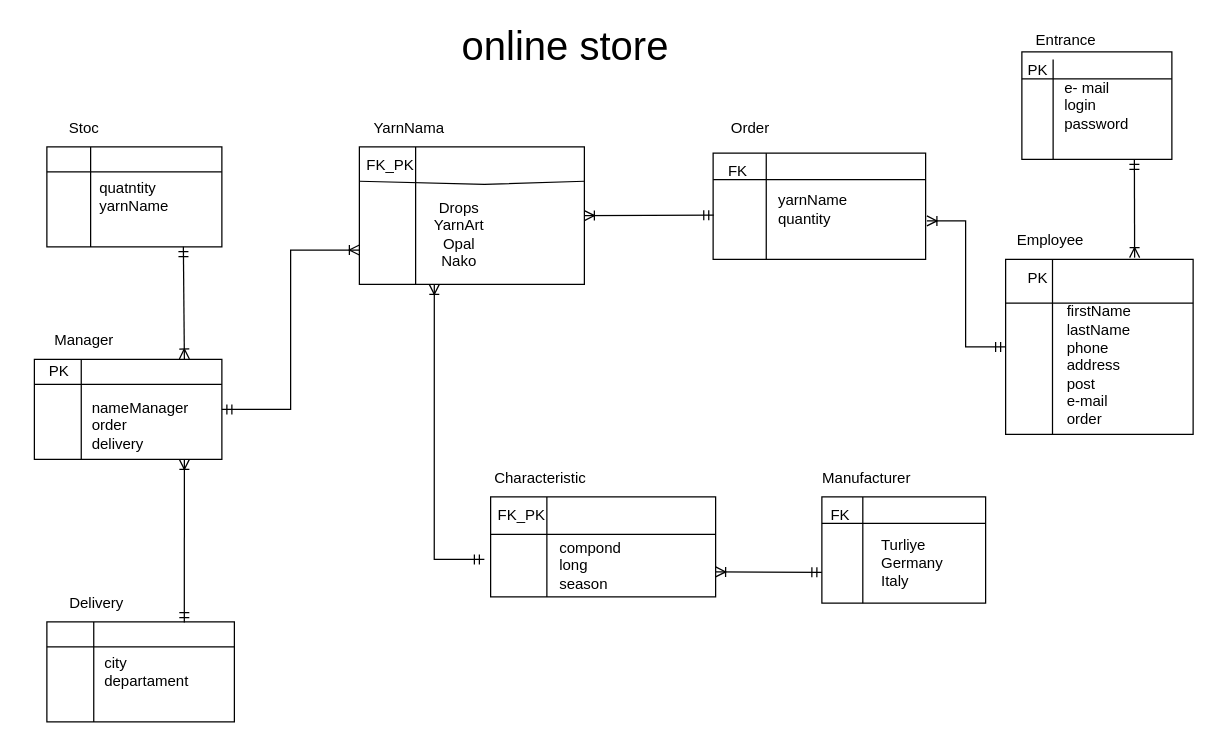
Before: online store_study.drawio in TetianaAvd/Lesson1, a draw.io diagram. Source tidied: cells renumbered, new cells numbered last; positions are measured from the earlier drawing's top-left corner, leaving out a move shared by most shapes. Both pictures are drawn from the tidied source at 125%, with x=0, y=0 at pixel (21, 21).
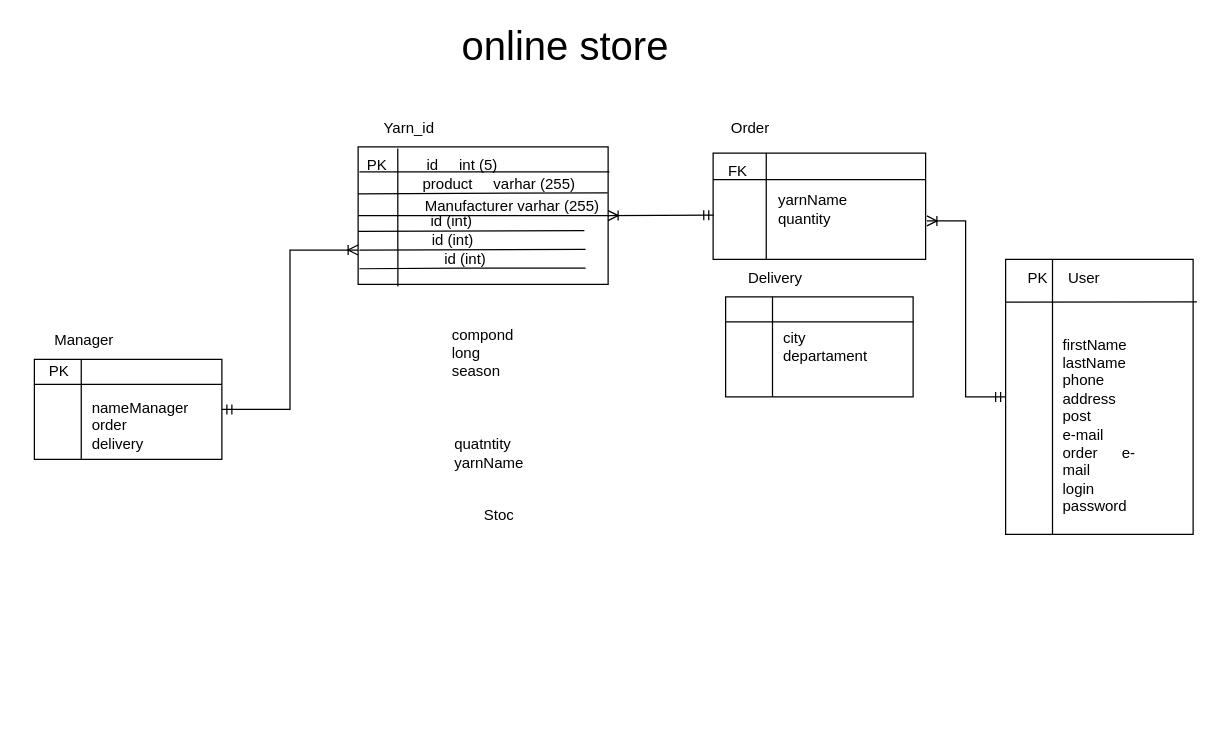
The same page after the edit.

Unchanged cells that the change refers to:
```xml
<mxCell id="11" value="PK" style="text;html=1;strokeColor=none;fillColor=none;align=center;verticalAlign=middle;whiteSpace=wrap;rounded=0;" parent="1" vertex="1">
  <mxGeometry x="783" y="190" width="60" height="30" as="geometry" />
</mxCell>
<mxCell id="46" style="rounded=0;whiteSpace=wrap;html=1;" parent="1" vertex="1">
  <mxGeometry x="10" y="270" width="150" height="80" as="geometry" />
</mxCell>
<mxCell id="50" value="&lt;div style=&quot;text-align: left;&quot;&gt;nameManager&lt;/div&gt;&lt;div style=&quot;text-align: left;&quot;&gt;order&lt;/div&gt;&lt;div style=&quot;text-align: left;&quot;&gt;delivery&lt;/div&gt;" style="text;html=1;strokeColor=none;fillColor=none;align=center;verticalAlign=middle;whiteSpace=wrap;rounded=0;" parent="1" vertex="1">
  <mxGeometry x="60" y="295" width="70" height="55" as="geometry" />
</mxCell>
```

The edit, as a diff of the source:
```diff
@@
-    <mxCell id="2" value="&lt;div style=&quot;text-align: left;&quot;&gt;&lt;span style=&quot;background-color: initial;&quot;&gt;e- mail&lt;/span&gt;&lt;/div&gt;&lt;div style=&quot;text-align: left;&quot;&gt;&lt;span style=&quot;background-color: initial;&quot;&gt;login&lt;/span&gt;&lt;/div&gt;&lt;div style=&quot;text-align: left;&quot;&gt;&lt;span style=&quot;background-color: initial;&quot;&gt;password&lt;/span&gt;&lt;/div&gt;" style="rounded=0;whiteSpace=wrap;html=1;" parent="1" vertex="1">
-      <mxGeometry x="800" y="24" width="120" height="86" as="geometry" />
-    </mxCell>
-    <mxCell id="3" style="endArrow=none;html=1;rounded=0;entryX=1;entryY=0.25;entryDx=0;entryDy=0;exitX=0;exitY=0.25;exitDx=0;exitDy=0;" parent="1" edge="1" source="2" target="2">
-      <mxGeometry relative="1" as="geometry" />
-    </mxCell>
-    <mxCell id="4" style="endArrow=none;html=1;rounded=0;" parent="1" edge="1">
-      <mxGeometry relative="1" as="geometry">
-        <mxPoint x="825" y="110" as="sourcePoint" />
-        <mxPoint x="825" y="30" as="targetPoint" />
-        <Array as="points">
-          <mxPoint x="825" y="62" />
-        </Array>
-      </mxGeometry>
-    </mxCell>
-    <mxCell id="5" value="Entrance" style="text;html=1;align=center;verticalAlign=middle;strokeColor=none;fillColor=none;" parent="1" vertex="1">
-      <mxGeometry x="800" width="70" height="30" as="geometry" />
-    </mxCell>
-    <mxCell id="6" value="PK" style="text;html=1;strokeColor=none;fillColor=none;align=center;verticalAlign=middle;whiteSpace=wrap;rounded=0;" parent="1" vertex="1">
-      <mxGeometry x="783" y="24" width="60" height="30" as="geometry" />
-    </mxCell>
     <mxCell id="7" style="rounded=0;whiteSpace=wrap;html=1;" parent="1" vertex="1">
-      <mxGeometry x="787" y="190" width="150" height="140" as="geometry" />
+      <mxGeometry x="787" y="190" width="150" height="220" as="geometry" />
     </mxCell>
-    <mxCell id="8" value="Employee" style="text;html=1;strokeColor=none;fillColor=none;align=center;verticalAlign=middle;whiteSpace=wrap;rounded=0;" parent="1" vertex="1">
-      <mxGeometry x="793" y="160" width="60" height="30" as="geometry" />
+    <mxCell id="8" value="User" style="text;html=1;strokeColor=none;fillColor=none;align=center;verticalAlign=middle;whiteSpace=wrap;rounded=0;" parent="1" vertex="1">
+      <mxGeometry x="820" y="190" width="60" height="30" as="geometry" />
     </mxCell>
@@
-    <mxCell id="10" style="endArrow=none;html=1;rounded=0;exitX=0;exitY=0.25;exitDx=0;exitDy=0;entryX=1;entryY=0.25;entryDx=0;entryDy=0;" parent="1" edge="1" source="7" target="7">
-      <mxGeometry relative="1" as="geometry" />
+    <mxCell id="10" style="endArrow=none;html=1;rounded=0;exitX=0.064;exitY=1.142;exitDx=0;exitDy=0;exitPerimeter=0;" parent="1" edge="1" source="11">
+      <mxGeometry relative="1" as="geometry">
+        <mxPoint x="940" y="224" as="targetPoint" />
+      </mxGeometry>
     </mxCell>
@@
     <mxCell id="12" style="rounded=0;whiteSpace=wrap;html=1;" parent="1" vertex="1">
-      <mxGeometry x="270" y="100" width="180" height="110" as="geometry" />
+      <mxGeometry x="269" y="100" width="200" height="110" as="geometry" />
     </mxCell>
-    <mxCell id="13" value="YarnNama" style="text;html=1;strokeColor=none;fillColor=none;align=center;verticalAlign=middle;whiteSpace=wrap;rounded=0;" parent="1" vertex="1">
+    <mxCell id="13" value="Yarn_id" style="text;html=1;strokeColor=none;fillColor=none;align=center;verticalAlign=middle;whiteSpace=wrap;rounded=0;" parent="1" vertex="1">
       <mxGeometry x="280" y="70" width="60" height="30" as="geometry" />
     </mxCell>
-    <mxCell id="14" style="endArrow=none;html=1;rounded=0;exitX=0;exitY=0.25;exitDx=0;exitDy=0;entryX=1;entryY=0.25;entryDx=0;entryDy=0;" parent="1" edge="1" source="12" target="12">
-      <mxGeometry relative="1" as="geometry">
-        <Array as="points">
-          <mxPoint x="370" y="130" />
-        </Array>
-      </mxGeometry>
-    </mxCell>
-    <mxCell id="15" style="endArrow=none;html=1;rounded=0;exitX=0.25;exitY=1;exitDx=0;exitDy=0;entryX=0.25;entryY=0;entryDx=0;entryDy=0;" parent="1" edge="1" source="12" target="12">
+    <mxCell id="15" style="endArrow=none;html=1;rounded=0;exitX=0.159;exitY=1.016;exitDx=0;exitDy=0;entryX=0.831;entryY=0.044;entryDx=0;entryDy=0;exitPerimeter=0;entryPerimeter=0;" parent="1" edge="1" source="12" target="17">
       <mxGeometry relative="1" as="geometry" />
     </mxCell>
-    <mxCell id="16" value="Drops&lt;br&gt;YarnArt&lt;br&gt;Opal&lt;br&gt;Nako" style="text;html=1;strokeColor=none;fillColor=none;align=center;verticalAlign=middle;whiteSpace=wrap;rounded=0;" parent="1" vertex="1">
-      <mxGeometry x="320" y="160" width="60" height="20" as="geometry" />
-    </mxCell>
-    <mxCell id="17" value="FK_PK" style="text;html=1;strokeColor=none;fillColor=none;align=center;verticalAlign=middle;whiteSpace=wrap;rounded=0;" parent="1" vertex="1">
-      <mxGeometry x="270" y="100" width="50" height="30" as="geometry" />
+    <mxCell id="17" value="PK" style="text;html=1;strokeColor=none;fillColor=none;align=center;verticalAlign=middle;whiteSpace=wrap;rounded=0;" parent="1" vertex="1">
+      <mxGeometry x="260" y="100" width="49" height="30" as="geometry" />
     </mxCell>
-    <mxCell id="18" style="rounded=0;whiteSpace=wrap;html=1;" parent="1" vertex="1">
-      <mxGeometry x="375" y="380" width="180" height="80" as="geometry" />
-    </mxCell>
-    <mxCell id="19" style="endArrow=none;html=1;rounded=0;" parent="1" edge="1">
-      <mxGeometry relative="1" as="geometry">
-        <mxPoint x="375" y="410" as="sourcePoint" />
-        <mxPoint x="555" y="410" as="targetPoint" />
-      </mxGeometry>
-    </mxCell>
-    <mxCell id="20" style="endArrow=none;html=1;rounded=0;entryX=0.25;entryY=0;entryDx=0;entryDy=0;exitX=0.25;exitY=1;exitDx=0;exitDy=0;" parent="1" edge="1" source="18" target="18">
-      <mxGeometry relative="1" as="geometry" />
-    </mxCell>
-    <mxCell id="21" value="Characteristic" style="text;html=1;strokeColor=none;fillColor=none;align=center;verticalAlign=middle;whiteSpace=wrap;rounded=0;" parent="1" vertex="1">
-      <mxGeometry x="385" y="350" width="60" height="30" as="geometry" />
-    </mxCell>
-    <mxCell id="22" value="FK_PK" style="text;html=1;strokeColor=none;fillColor=none;align=center;verticalAlign=middle;whiteSpace=wrap;rounded=0;" parent="1" vertex="1">
-      <mxGeometry x="370" y="380" width="60" height="30" as="geometry" />
-    </mxCell>
     <mxCell id="23" value="&lt;div style=&quot;text-align: left;&quot;&gt;&lt;span style=&quot;background-color: initial;&quot;&gt;compond&lt;/span&gt;&lt;/div&gt;&lt;div style=&quot;text-align: left;&quot;&gt;&lt;span style=&quot;background-color: initial;&quot;&gt;long&lt;/span&gt;&lt;/div&gt;&lt;div style=&quot;text-align: left;&quot;&gt;&lt;span style=&quot;background-color: initial;&quot;&gt;season&lt;/span&gt;&lt;/div&gt;" style="text;html=1;strokeColor=none;fillColor=none;align=center;verticalAlign=middle;whiteSpace=wrap;rounded=0;" parent="1" vertex="1">
-      <mxGeometry x="425" y="420" width="60" height="30" as="geometry" />
+      <mxGeometry x="339" y="250" width="60" height="30" as="geometry" />
     </mxCell>
-    <mxCell id="24" style="rounded=0;whiteSpace=wrap;html=1;" parent="1" vertex="1">
-      <mxGeometry x="20" y="100" width="140" height="80" as="geometry" />
-    </mxCell>
@@
     <mxCell id="26" style="rounded=0;whiteSpace=wrap;html=1;" parent="1" vertex="1">
-      <mxGeometry x="20" y="480" width="150" height="80" as="geometry" />
+      <mxGeometry x="563" y="220" width="150" height="80" as="geometry" />
     </mxCell>
-    <mxCell id="27" style="rounded=0;whiteSpace=wrap;html=1;" parent="1" vertex="1">
-      <mxGeometry x="640" y="380" width="131" height="85" as="geometry" />
-    </mxCell>
@@
     <mxCell id="33" value="Delivery" style="text;html=1;strokeColor=none;fillColor=none;align=center;verticalAlign=middle;whiteSpace=wrap;rounded=0;" parent="1" vertex="1">
-      <mxGeometry x="30" y="450" width="60" height="30" as="geometry" />
+      <mxGeometry x="573" y="190" width="60" height="30" as="geometry" />
     </mxCell>
@@
     <mxCell id="36" value="&lt;div style=&quot;text-align: left;&quot;&gt;&lt;span style=&quot;background-color: initial;&quot;&gt;city&lt;/span&gt;&lt;/div&gt;&lt;div style=&quot;text-align: left;&quot;&gt;&lt;span style=&quot;background-color: initial;&quot;&gt;departament&lt;/span&gt;&lt;/div&gt;" style="text;html=1;strokeColor=none;fillColor=none;align=center;verticalAlign=middle;whiteSpace=wrap;rounded=0;" parent="1" vertex="1">
-      <mxGeometry x="70" y="505" width="60" height="30" as="geometry" />
+      <mxGeometry x="613" y="245" width="60" height="30" as="geometry" />
     </mxCell>
-    <mxCell id="37" value="&lt;div style=&quot;text-align: left;&quot;&gt;&lt;span style=&quot;background-color: initial;&quot;&gt;firstName&lt;/span&gt;&lt;/div&gt;&lt;div style=&quot;text-align: left;&quot;&gt;&lt;span style=&quot;background-color: initial;&quot;&gt;lastName&lt;/span&gt;&lt;/div&gt;&lt;div style=&quot;text-align: left;&quot;&gt;&lt;span style=&quot;background-color: initial;&quot;&gt;phone&lt;/span&gt;&lt;/div&gt;&lt;div style=&quot;text-align: left;&quot;&gt;&lt;span style=&quot;background-color: initial;&quot;&gt;address&lt;/span&gt;&lt;/div&gt;&lt;div style=&quot;text-align: left;&quot;&gt;&lt;span style=&quot;background-color: initial;&quot;&gt;post&lt;/span&gt;&lt;/div&gt;&lt;div style=&quot;text-align: left;&quot;&gt;&lt;span style=&quot;background-color: initial;&quot;&gt;e-mail&lt;/span&gt;&lt;/div&gt;&lt;div style=&quot;text-align: justify;&quot;&gt;&lt;span style=&quot;background-color: initial;&quot;&gt;order&lt;/span&gt;&lt;/div&gt;" style="text;html=1;strokeColor=none;fillColor=none;align=center;verticalAlign=middle;whiteSpace=wrap;rounded=0;" parent="1" vertex="1">
-      <mxGeometry x="832" y="260" width="60" height="30" as="geometry" />
+    <mxCell id="37" value="&lt;div style=&quot;text-align: left;&quot;&gt;&lt;span style=&quot;background-color: initial;&quot;&gt;firstName&lt;/span&gt;&lt;/div&gt;&lt;div style=&quot;text-align: left;&quot;&gt;&lt;span style=&quot;background-color: initial;&quot;&gt;lastName&lt;/span&gt;&lt;/div&gt;&lt;div style=&quot;text-align: left;&quot;&gt;&lt;span style=&quot;background-color: initial;&quot;&gt;phone&lt;/span&gt;&lt;/div&gt;&lt;div style=&quot;text-align: left;&quot;&gt;&lt;span style=&quot;background-color: initial;&quot;&gt;address&lt;/span&gt;&lt;/div&gt;&lt;div style=&quot;text-align: left;&quot;&gt;&lt;span style=&quot;background-color: initial;&quot;&gt;post&lt;/span&gt;&lt;/div&gt;&lt;div style=&quot;text-align: left;&quot;&gt;&lt;span style=&quot;background-color: initial;&quot;&gt;e-mail&lt;/span&gt;&lt;/div&gt;&lt;div style=&quot;text-align: justify;&quot;&gt;&lt;span style=&quot;background-color: initial;&quot;&gt;order&amp;nbsp;&lt;/span&gt;e- mail&lt;/div&gt;&lt;div style=&quot;border-color: var(--border-color); text-align: left;&quot;&gt;&lt;span style=&quot;border-color: var(--border-color); background-color: initial;&quot;&gt;login&lt;/span&gt;&lt;/div&gt;&lt;div style=&quot;border-color: var(--border-color); text-align: left;&quot;&gt;&lt;span style=&quot;border-color: var(--border-color); background-color: initial;&quot;&gt;password&lt;/span&gt;&lt;/div&gt;" style="text;html=1;strokeColor=none;fillColor=none;align=center;verticalAlign=middle;whiteSpace=wrap;rounded=0;" parent="1" vertex="1">
+      <mxGeometry x="832" y="307.5" width="60" height="30" as="geometry" />
     </mxCell>
     <mxCell id="38" value="Stoc" style="text;html=1;strokeColor=none;fillColor=none;align=center;verticalAlign=middle;whiteSpace=wrap;rounded=0;" parent="1" vertex="1">
-      <mxGeometry x="20" y="70" width="60" height="30" as="geometry" />
+      <mxGeometry x="352" y="380" width="60" height="30" as="geometry" />
     </mxCell>
-    <mxCell id="39" style="endArrow=none;html=1;rounded=0;exitX=0;exitY=0.25;exitDx=0;exitDy=0;entryX=1;entryY=0.25;entryDx=0;entryDy=0;" parent="1" edge="1" source="24" target="24">
-      <mxGeometry relative="1" as="geometry" />
-    </mxCell>
-    <mxCell id="40" style="endArrow=none;html=1;rounded=0;entryX=0.25;entryY=0;entryDx=0;entryDy=0;exitX=0.25;exitY=1;exitDx=0;exitDy=0;" parent="1" edge="1" source="24" target="24">
-      <mxGeometry relative="1" as="geometry" />
-    </mxCell>
-    <mxCell id="41" style="endArrow=none;html=1;rounded=0;entryX=0.25;entryY=0;entryDx=0;entryDy=0;exitX=0.25;exitY=1;exitDx=0;exitDy=0;" parent="1" edge="1" source="27" target="27">
-      <mxGeometry relative="1" as="geometry" />
-    </mxCell>
-    <mxCell id="42" style="endArrow=none;html=1;rounded=0;entryX=1;entryY=0.25;entryDx=0;entryDy=0;exitX=0;exitY=0.25;exitDx=0;exitDy=0;" parent="1" edge="1" source="27" target="27">
-      <mxGeometry relative="1" as="geometry" />
-    </mxCell>
     <mxCell id="43" value="&lt;div style=&quot;text-align: left;&quot;&gt;&lt;span style=&quot;background-color: initial;&quot;&gt;quatntity&lt;/span&gt;&lt;/div&gt;yarnName" style="text;html=1;strokeColor=none;fillColor=none;align=center;verticalAlign=middle;whiteSpace=wrap;rounded=0;" parent="1" vertex="1">
-      <mxGeometry x="25" y="115" width="130" height="50" as="geometry" />
+      <mxGeometry x="309" y="320" width="130" height="50" as="geometry" />
     </mxCell>
-    <mxCell id="44" value="Manufacturer" style="text;html=1;strokeColor=none;fillColor=none;align=center;verticalAlign=middle;whiteSpace=wrap;rounded=0;" parent="1" vertex="1">
-      <mxGeometry x="646" y="350" width="60" height="30" as="geometry" />
-    </mxCell>
-    <mxCell id="45" value="&lt;div style=&quot;text-align: left;&quot;&gt;&lt;span style=&quot;background-color: initial;&quot;&gt;Turliye&lt;/span&gt;&lt;/div&gt;Germany&lt;br&gt;&lt;div style=&quot;text-align: left;&quot;&gt;&lt;span style=&quot;background-color: initial;&quot;&gt;Italy&lt;/span&gt;&lt;/div&gt;" style="text;html=1;strokeColor=none;fillColor=none;align=center;verticalAlign=middle;whiteSpace=wrap;rounded=0;" parent="1" vertex="1">
-      <mxGeometry x="685" y="410" width="55" height="45" as="geometry" />
-    </mxCell>
@@
-    <mxCell id="52" style="endArrow=ERmandOne;html=1;rounded=0;exitX=1;exitY=1;exitDx=0;exitDy=0;entryX=0.733;entryY=0.007;entryDx=0;entryDy=0;endFill=0;startArrow=ERoneToMany;startFill=0;entryPerimeter=0;" parent="1" edge="1" source="50" target="26">
-      <mxGeometry relative="1" as="geometry" />
-    </mxCell>
-    <mxCell id="53" style="endArrow=ERmandOne;html=1;rounded=0;entryX=0.78;entryY=0.998;entryDx=0;entryDy=0;exitX=0.8;exitY=-0.004;exitDx=0;exitDy=0;exitPerimeter=0;entryPerimeter=0;startArrow=ERoneToMany;startFill=0;endFill=0;" parent="1" edge="1" source="46" target="24">
-      <mxGeometry relative="1" as="geometry" />
-    </mxCell>
-    <mxCell id="54" style="endArrow=ERmandOne;html=1;rounded=0;edgeStyle=orthogonalEdgeStyle;exitX=0.333;exitY=1;exitDx=0;exitDy=0;exitPerimeter=0;startArrow=ERoneToMany;startFill=0;endFill=0;" parent="1" edge="1" source="12">
-      <mxGeometry relative="1" as="geometry">
-        <mxPoint x="370" y="430" as="targetPoint" />
-        <Array as="points">
-          <mxPoint x="330" y="430" />
-        </Array>
-      </mxGeometry>
-    </mxCell>
-    <mxCell id="55" style="endArrow=ERmandOne;html=1;rounded=0;exitX=1;exitY=0.75;exitDx=0;exitDy=0;entryX=0;entryY=0.71;entryDx=0;entryDy=0;entryPerimeter=0;startArrow=ERoneToMany;startFill=0;endFill=0;" parent="1" edge="1" source="18" target="27">
-      <mxGeometry relative="1" as="geometry" />
-    </mxCell>
-    <mxCell id="56" style="endArrow=ERoneToMany;html=1;rounded=0;exitX=0.75;exitY=1;exitDx=0;exitDy=0;entryX=0.688;entryY=-0.01;entryDx=0;entryDy=0;entryPerimeter=0;endFill=0;startArrow=ERmandOne;startFill=0;" parent="1" edge="1" source="2" target="7">
-      <mxGeometry relative="1" as="geometry" />
-    </mxCell>
@@
-    <mxCell id="59" value="FK" style="text;html=1;strokeColor=none;fillColor=none;align=center;verticalAlign=middle;whiteSpace=wrap;rounded=0;" parent="1" vertex="1">
-      <mxGeometry x="625" y="380" width="60" height="30" as="geometry" />
-    </mxCell>
@@
+    <mxCell id="62" style="endArrow=none;html=1;rounded=0;exitX=0.204;exitY=0.667;exitDx=0;exitDy=0;exitPerimeter=0;" parent="1" edge="1" source="17">
+      <mxGeometry relative="1" as="geometry">
+        <mxPoint x="470" y="120" as="targetPoint" />
+      </mxGeometry>
+    </mxCell>
+    <mxCell id="63" value="id&amp;nbsp; &amp;nbsp; &amp;nbsp;int (5)" style="text;html=1;strokeColor=none;fillColor=none;align=center;verticalAlign=middle;whiteSpace=wrap;rounded=0;" parent="1" vertex="1">
+      <mxGeometry x="315" y="100" width="75" height="30" as="geometry" />
+    </mxCell>
+    <mxCell id="64" style="endArrow=none;html=1;rounded=0;exitX=0;exitY=0.75;exitDx=0;exitDy=0;entryX=0.991;entryY=0.393;entryDx=0;entryDy=0;entryPerimeter=0;" parent="1" edge="1" target="66">
+      <mxGeometry relative="1" as="geometry">
+        <mxPoint x="269" y="137.5" as="sourcePoint" />
+      </mxGeometry>
+    </mxCell>
+    <mxCell id="65" value="product&amp;nbsp; &amp;nbsp; &amp;nbsp;varhar (255)" style="text;html=1;strokeColor=none;fillColor=none;align=center;verticalAlign=middle;whiteSpace=wrap;rounded=0;" parent="1" vertex="1">
+      <mxGeometry x="319" y="115" width="126" height="30" as="geometry" />
+    </mxCell>
+    <mxCell id="66" value="&lt;br&gt;&lt;span style=&quot;color: rgb(0, 0, 0); font-family: Helvetica; font-size: 12px; font-style: normal; font-variant-ligatures: normal; font-variant-caps: normal; font-weight: 400; letter-spacing: normal; orphans: 2; text-align: center; text-indent: 0px; text-transform: none; widows: 2; word-spacing: 0px; -webkit-text-stroke-width: 0px; background-color: rgb(251, 251, 251); text-decoration-thickness: initial; text-decoration-style: initial; text-decoration-color: initial; float: none; display: inline !important;&quot;&gt;Manufacturer varhar (255)&lt;/span&gt;&lt;br&gt;" style="text;html=1;strokeColor=none;fillColor=none;align=center;verticalAlign=middle;whiteSpace=wrap;rounded=0;" parent="1" vertex="1">
+      <mxGeometry x="315" y="125" width="155" height="30" as="geometry" />
+    </mxCell>
+    <mxCell id="67" style="endArrow=none;html=1;rounded=0;exitX=0;exitY=0.75;exitDx=0;exitDy=0;entryX=1.008;entryY=0.199;entryDx=0;entryDy=0;entryPerimeter=0;" parent="1" edge="1">
+      <mxGeometry relative="1" as="geometry">
+        <mxPoint x="269" y="167.5" as="sourcePoint" />
+        <mxPoint x="450" y="167" as="targetPoint" />
+      </mxGeometry>
+    </mxCell>
+    <mxCell id="68" value="id (int)" style="text;html=1;strokeColor=none;fillColor=none;align=center;verticalAlign=middle;whiteSpace=wrap;rounded=0;" parent="1" vertex="1">
+      <mxGeometry x="314" y="145" width="60" height="30" as="geometry" />
+    </mxCell>
+    <mxCell id="69" style="endArrow=none;html=1;rounded=0;exitX=0;exitY=0.75;exitDx=0;exitDy=0;entryX=1.008;entryY=0.199;entryDx=0;entryDy=0;entryPerimeter=0;" parent="1" edge="1">
+      <mxGeometry relative="1" as="geometry">
+        <mxPoint x="270" y="182.5" as="sourcePoint" />
+        <mxPoint x="451" y="182" as="targetPoint" />
+      </mxGeometry>
+    </mxCell>
+    <mxCell id="70" value="id (int)" style="text;html=1;strokeColor=none;fillColor=none;align=center;verticalAlign=middle;whiteSpace=wrap;rounded=0;" parent="1" vertex="1">
+      <mxGeometry x="315" y="160" width="60" height="30" as="geometry" />
+    </mxCell>
+    <mxCell id="71" style="endArrow=none;html=1;rounded=0;exitX=0;exitY=0.75;exitDx=0;exitDy=0;entryX=1.008;entryY=0.199;entryDx=0;entryDy=0;entryPerimeter=0;" parent="1" edge="1">
+      <mxGeometry relative="1" as="geometry">
+        <mxPoint x="270" y="197.5" as="sourcePoint" />
+        <mxPoint x="451" y="197" as="targetPoint" />
+        <Array as="points">
+          <mxPoint x="350" y="197" />
+        </Array>
+      </mxGeometry>
+    </mxCell>
+    <mxCell id="72" value="id (int)" style="text;html=1;strokeColor=none;fillColor=none;align=center;verticalAlign=middle;whiteSpace=wrap;rounded=0;" parent="1" vertex="1">
+      <mxGeometry x="325" y="175" width="60" height="30" as="geometry" />
+    </mxCell>
+    <mxCell id="73" style="endArrow=none;html=1;rounded=0;exitX=0;exitY=0.75;exitDx=0;exitDy=0;entryX=1;entryY=1;entryDx=0;entryDy=0;" parent="1" edge="1" target="66">
+      <mxGeometry relative="1" as="geometry">
+        <mxPoint x="269" y="155" as="sourcePoint" />
+      </mxGeometry>
+    </mxCell>
```
